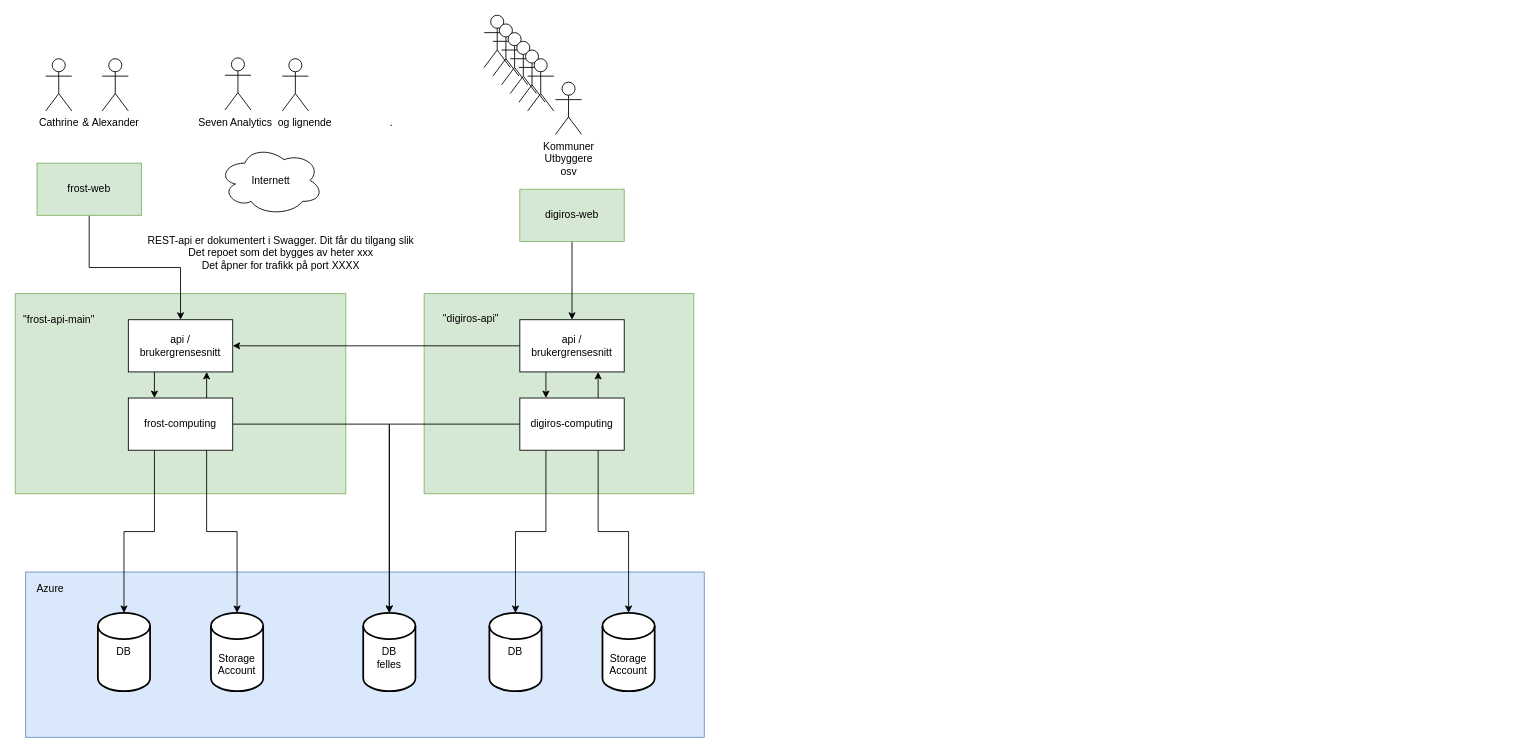
Before: Untitled Diagram.drawio in bendik-svalastog/bendik-svalastog, a draw.io diagram. Source tidied: cells renumbered, new cells numbered last; positions are measured from the earlier drawing's top-left corner, leaving out a move shared by most shapes. Both pictures are drawn from the tidied source at 87%, with x=0, y=0 at pixel (15, 15).
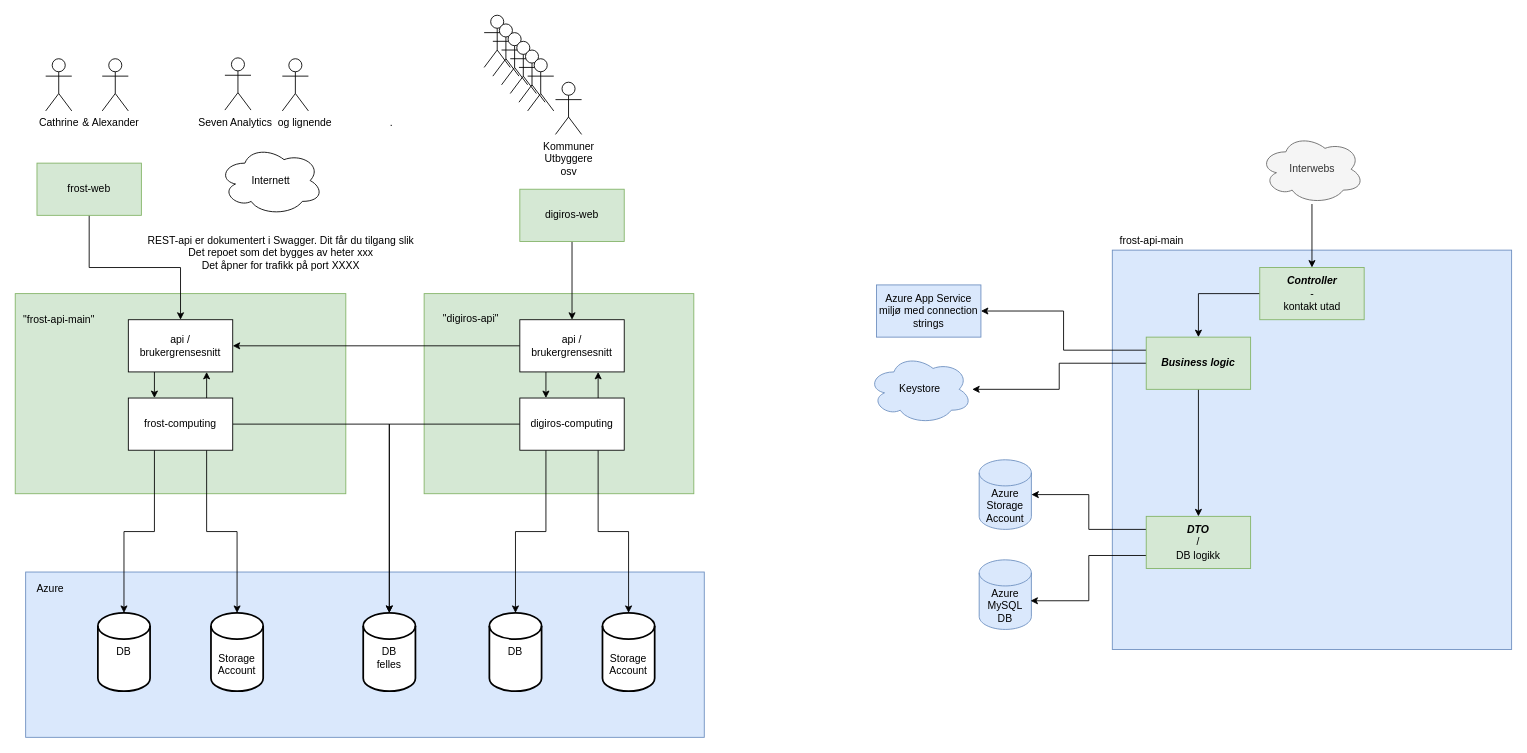
The same diagram, later.

Commit message:
digiros frost diagram

Diff of the diagram source:
```diff
@@
+    <mxCell id="46" style="whiteSpace=wrap;html=1;fillColor=#dae8fc;strokeColor=#6c8ebf;" parent="1" vertex="1">
+      <mxGeometry x="1261" y="270" width="459" height="459" as="geometry" />
+    </mxCell>
+    <mxCell id="47" value="&lt;div&gt;frost-api-main&lt;/div&gt;" style="text;html=1;align=center;verticalAlign=middle;strokeColor=none;fillColor=none;" parent="1" vertex="1">
+      <mxGeometry x="1261" y="250" width="90" height="20" as="geometry" />
+    </mxCell>
+    <mxCell id="48" value="Azure MySQL DB" style="shape=cylinder3;whiteSpace=wrap;html=1;boundedLbl=1;backgroundOutline=1;size=15;fillColor=#dae8fc;strokeColor=#6c8ebf;" parent="1" vertex="1">
+      <mxGeometry x="1108" y="626" width="60" height="80" as="geometry" />
+    </mxCell>
+    <mxCell id="49" value="Azure Storage Account" style="shape=cylinder3;whiteSpace=wrap;html=1;boundedLbl=1;backgroundOutline=1;size=15;fillColor=#dae8fc;strokeColor=#6c8ebf;" parent="1" vertex="1">
+      <mxGeometry x="1108" y="511" width="60" height="80" as="geometry" />
+    </mxCell>
+    <mxCell id="50" value="Keystore" style="ellipse;shape=cloud;whiteSpace=wrap;html=1;fillColor=#dae8fc;strokeColor=#6c8ebf;" parent="1" vertex="1">
+      <mxGeometry x="980" y="390" width="120" height="80" as="geometry" />
+    </mxCell>
+    <mxCell id="51" value="Azure App Service miljø med connection strings" style="rounded=0;whiteSpace=wrap;html=1;fillColor=#dae8fc;strokeColor=#6c8ebf;" parent="1" vertex="1">
+      <mxGeometry x="990" y="310" width="120" height="60" as="geometry" />
+    </mxCell>
+    <mxCell id="52" style="edgeStyle=orthogonalEdgeStyle;rounded=0;jettySize=auto;html=1;exitX=0;exitY=0.25;exitDx=0;exitDy=0;strokeColor=default;" parent="1" edge="1" source="54" target="49">
+      <mxGeometry relative="1" as="geometry" />
+    </mxCell>
+    <mxCell id="53" style="edgeStyle=orthogonalEdgeStyle;rounded=0;jettySize=auto;html=1;exitX=0;exitY=0.75;exitDx=0;exitDy=0;entryX=0.983;entryY=0.588;entryDx=0;entryDy=0;entryPerimeter=0;strokeColor=default;" parent="1" edge="1" source="54" target="48">
+      <mxGeometry relative="1" as="geometry" />
+    </mxCell>
+    <mxCell id="54" value="&lt;div&gt;&lt;b&gt;&lt;i&gt;DTO&lt;/i&gt;&lt;/b&gt;&lt;/div&gt;&lt;div&gt;/&lt;/div&gt;&lt;div&gt;DB logikk&lt;br&gt;&lt;/div&gt;" style="rounded=0;whiteSpace=wrap;html=1;fillColor=#d5e8d4;strokeColor=#82b366;" parent="1" vertex="1">
+      <mxGeometry x="1300" y="576" width="120" height="60" as="geometry" />
+    </mxCell>
+    <mxCell id="55" style="edgeStyle=orthogonalEdgeStyle;rounded=0;jettySize=auto;html=1;exitX=0;exitY=0.25;exitDx=0;exitDy=0;entryX=1;entryY=0.5;entryDx=0;entryDy=0;strokeColor=default;" parent="1" edge="1" source="58" target="51">
+      <mxGeometry relative="1" as="geometry" />
+    </mxCell>
+    <mxCell id="56" style="edgeStyle=orthogonalEdgeStyle;rounded=0;jettySize=auto;html=1;exitX=0;exitY=0.5;exitDx=0;exitDy=0;strokeColor=default;" parent="1" edge="1" source="58" target="50">
+      <mxGeometry relative="1" as="geometry" />
+    </mxCell>
+    <mxCell id="57" style="edgeStyle=orthogonalEdgeStyle;rounded=0;jettySize=auto;html=1;exitX=0.5;exitY=1;exitDx=0;exitDy=0;entryX=0.5;entryY=0;entryDx=0;entryDy=0;strokeColor=default;" parent="1" edge="1" source="58" target="54">
+      <mxGeometry relative="1" as="geometry" />
+    </mxCell>
+    <mxCell id="58" value="&lt;b&gt;&lt;i&gt;Business logic&lt;/i&gt;&lt;/b&gt;" style="rounded=0;whiteSpace=wrap;html=1;fillColor=#d5e8d4;strokeColor=#82b366;" parent="1" vertex="1">
+      <mxGeometry x="1300" y="370" width="120" height="60" as="geometry" />
+    </mxCell>
+    <mxCell id="59" style="edgeStyle=orthogonalEdgeStyle;rounded=0;jettySize=auto;html=1;strokeColor=default;" parent="1" edge="1" source="60" target="58">
+      <mxGeometry relative="1" as="geometry" />
+    </mxCell>
+    <mxCell id="60" value="&lt;div&gt;&lt;b&gt;&lt;i&gt;Controller&lt;/i&gt;&lt;/b&gt;&lt;/div&gt;&lt;div&gt;-&lt;/div&gt;&lt;div&gt;kontakt utad&lt;br&gt;&lt;/div&gt;" style="rounded=0;whiteSpace=wrap;html=1;fillColor=#d5e8d4;strokeColor=#82b366;" parent="1" vertex="1">
+      <mxGeometry x="1430.5" y="290" width="120" height="60" as="geometry" />
+    </mxCell>
+    <mxCell id="61" style="edgeStyle=orthogonalEdgeStyle;rounded=0;jettySize=auto;html=1;strokeColor=default;" parent="1" edge="1" source="62" target="60">
+      <mxGeometry relative="1" as="geometry" />
+    </mxCell>
+    <mxCell id="62" value="Interwebs" style="ellipse;shape=cloud;whiteSpace=wrap;html=1;fillColor=#f5f5f5;fontColor=#333333;strokeColor=#666666;" parent="1" vertex="1">
+      <mxGeometry x="1430.5" y="137" width="120" height="80" as="geometry" />
+    </mxCell>
```
